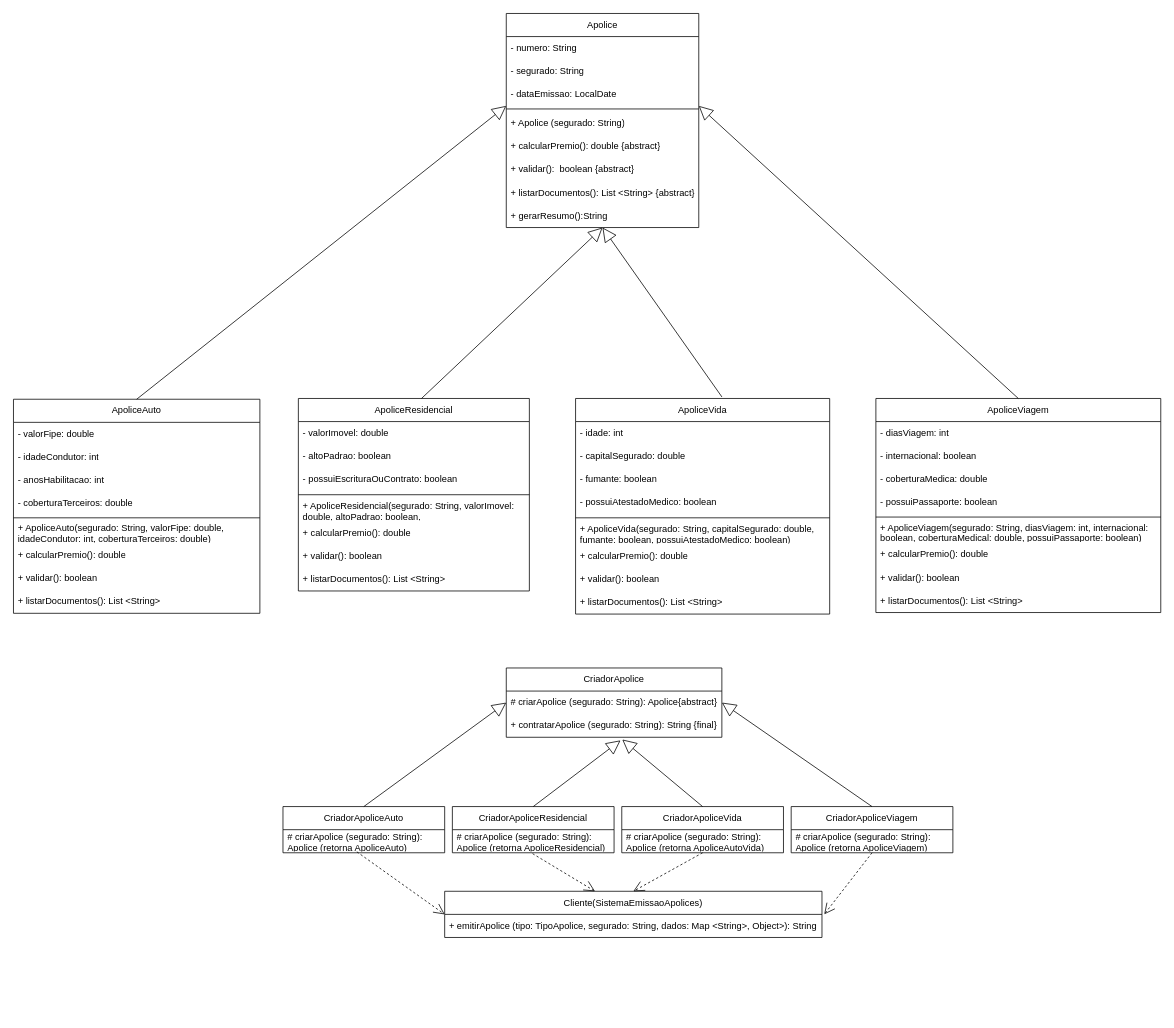
aguustinn/SistemaDeEmissaoDeApolice keeps this draw.io diagram as DesignPatterns.drawio. Above is the earlier version. Source tidied: cells renumbered, new cells numbered last; positions are measured from the earlier drawing's top-left corner, leaving out a move shared by most shapes. Both pictures are drawn from the tidied source at 77%, with x=0, y=0 at pixel (13, 13).
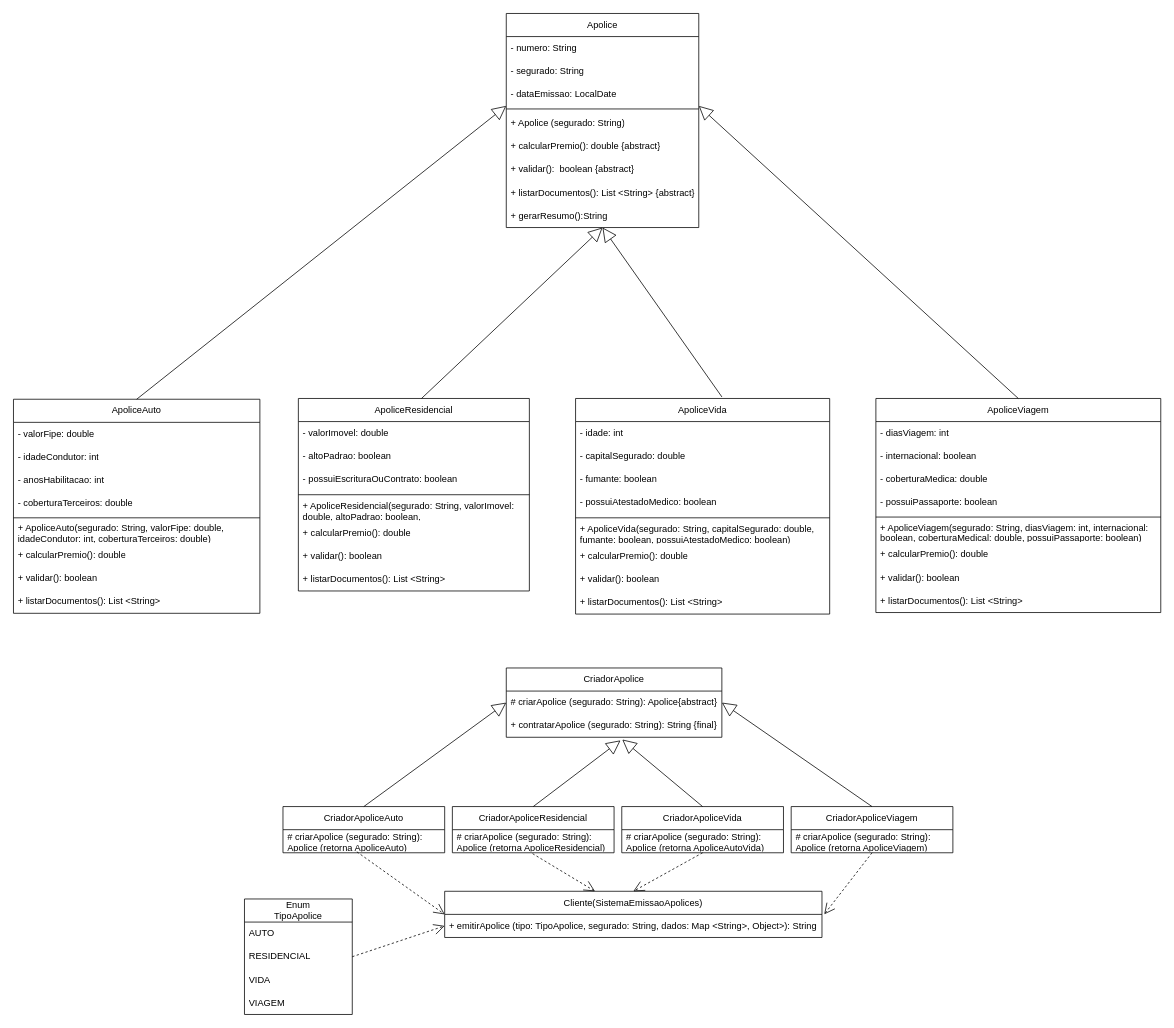
The same page after the edit.

Commit message:
Atualizando o diagrama

The change refers to these unchanged cells:
```xml
<mxCell id="62" value="Cliente(SistemaEmissaoApolices)" style="swimlane;fontStyle=0;horizontal=1;startSize=30;whiteSpace=wrap;html=1;" parent="1" vertex="1">
  <mxGeometry x="560" y="1140" width="490" height="60" as="geometry" />
</mxCell>
```

The edit, as a diff of the source:
```diff
@@
+    <mxCell id="76" value="Enum&lt;br&gt;TipoApolice" style="swimlane;fontStyle=0;horizontal=1;startSize=30;whiteSpace=wrap;html=1;" parent="1" vertex="1">
+      <mxGeometry x="300" y="1150" width="140" height="150" as="geometry" />
+    </mxCell>
+    <mxCell id="77" value="AUTO" style="text;strokeColor=none;fillColor=none;align=left;verticalAlign=middle;spacingLeft=4;spacingRight=4;overflow=hidden;whiteSpace=wrap;html=1;" parent="76" vertex="1">
+      <mxGeometry y="30" width="140" height="30" as="geometry" />
+    </mxCell>
+    <mxCell id="78" value="RESIDENCIAL" style="text;strokeColor=none;fillColor=none;align=left;verticalAlign=middle;spacingLeft=4;spacingRight=4;overflow=hidden;whiteSpace=wrap;html=1;" parent="76" vertex="1">
+      <mxGeometry y="60" width="140" height="30" as="geometry" />
+    </mxCell>
+    <mxCell id="79" value="VIDA" style="text;strokeColor=none;fillColor=none;align=left;verticalAlign=middle;spacingLeft=4;spacingRight=4;overflow=hidden;whiteSpace=wrap;html=1;" parent="76" vertex="1">
+      <mxGeometry y="90" width="140" height="30" as="geometry" />
+    </mxCell>
+    <mxCell id="80" value="VIAGEM" style="text;strokeColor=none;fillColor=none;align=left;verticalAlign=middle;spacingLeft=4;spacingRight=4;overflow=hidden;whiteSpace=wrap;html=1;" parent="76" vertex="1">
+      <mxGeometry y="120" width="140" height="30" as="geometry" />
+    </mxCell>
+    <mxCell id="81" style="endArrow=open;endSize=12;dashed=1;html=1;rounded=0;exitX=1;exitY=0.5;exitDx=0;exitDy=0;entryX=0;entryY=0.75;entryDx=0;entryDy=0;" parent="1" edge="1" source="76" target="62">
+      <mxGeometry relative="1" as="geometry" />
+    </mxCell>
```
